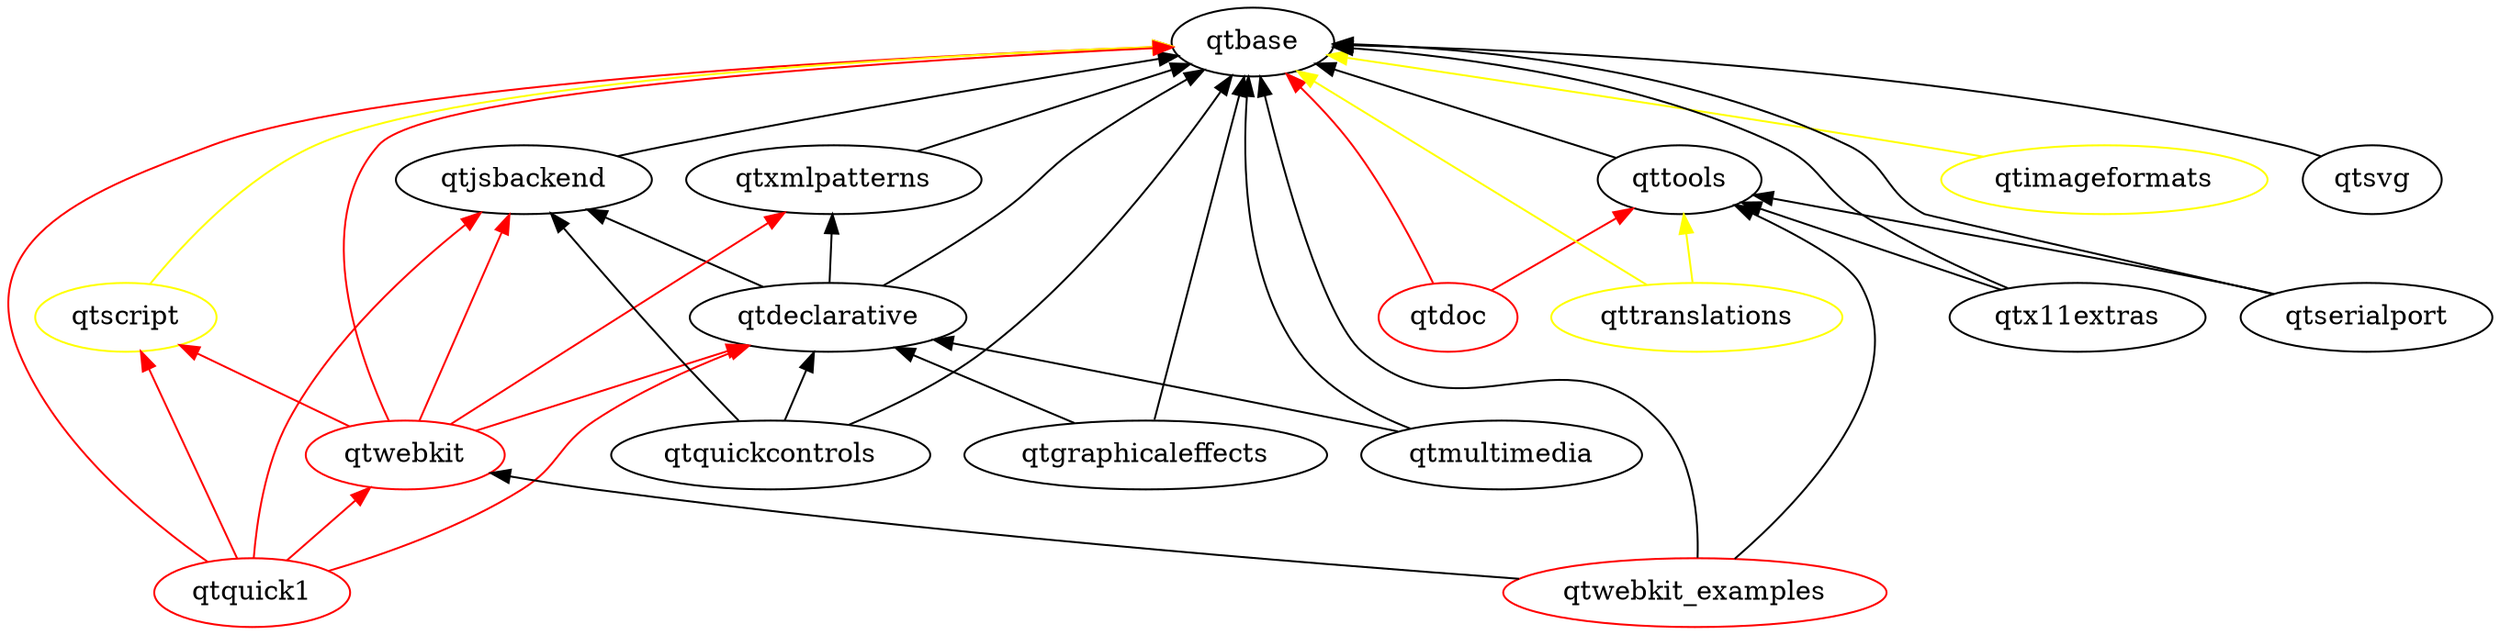
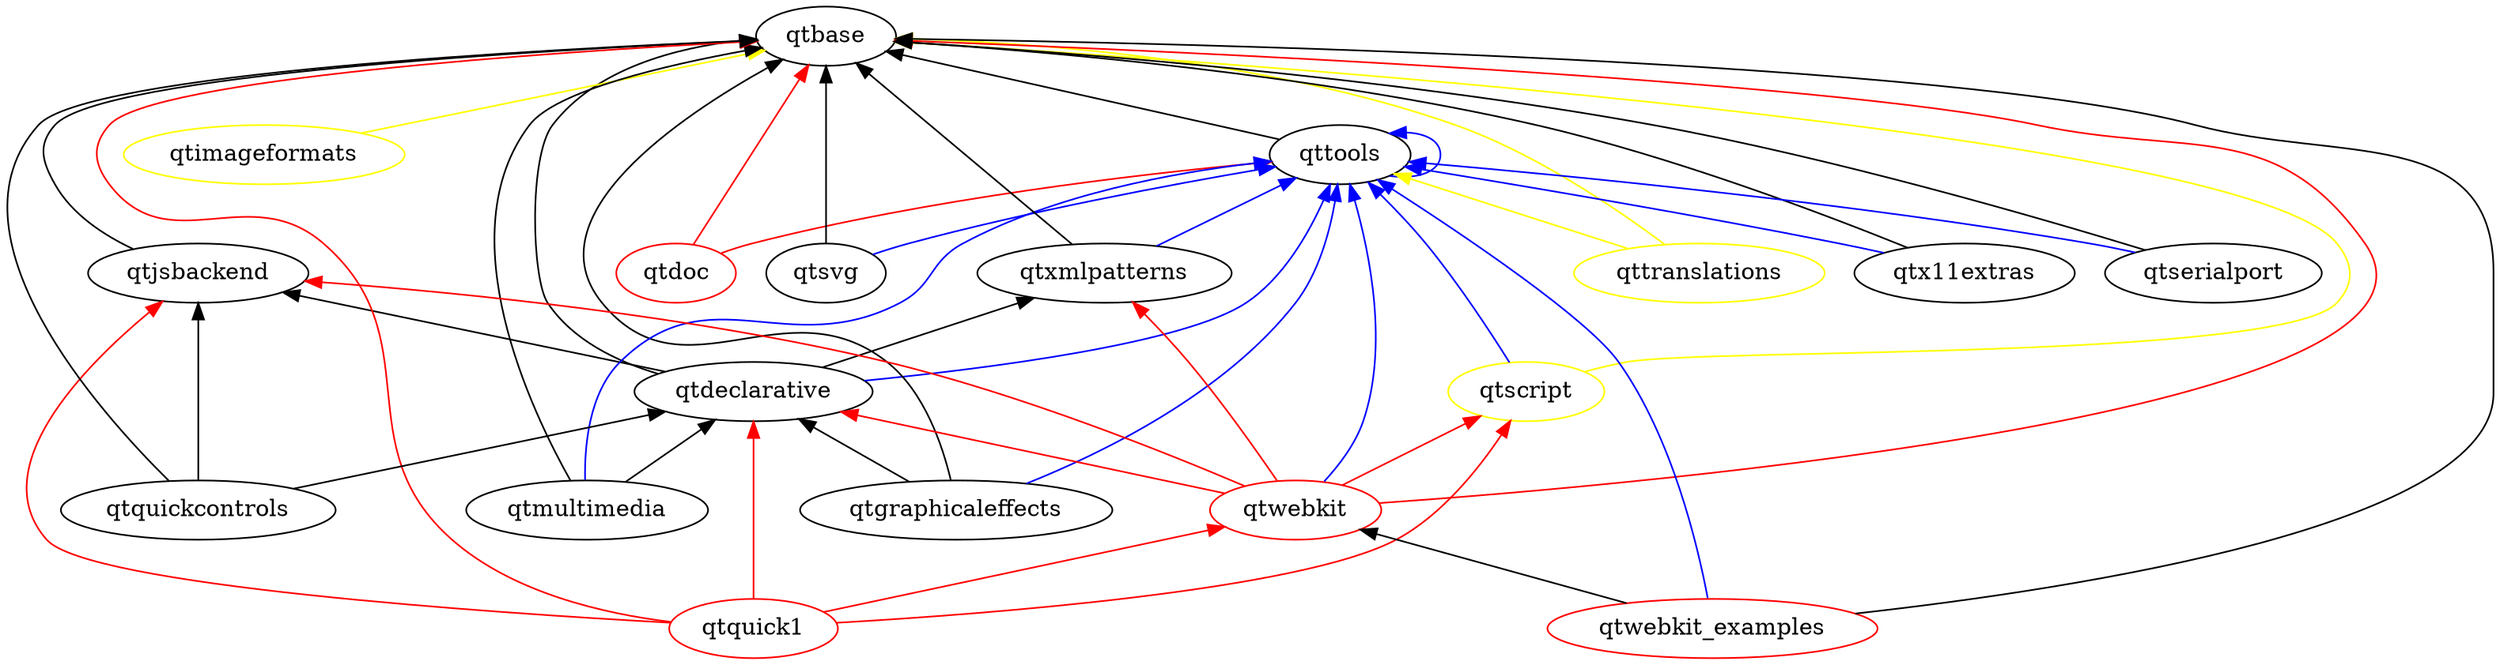
digraph qt5 {
  graph [
    rankdir = "BT"
  ]

  qtbase
  qtdeclarative
  qtdoc [ color = red ]
  qtgraphicaleffects
  qtimageformats [ color = yellow ]
  qtjsbackend
  qtmultimedia
  qtquick1 [ color = red ]
  qtscript [ color = yellow ]
  qtsvg
//   qtsystems [ color = red ]
  qttools
  qttranslations [ color = yellow ]
  qtwebkit [ color = red ]
  qtwebkit_examples [ color = red ]
  qtxmlpatterns
  qtquick1
  qtquickcontrols
  qtx11extras
  qtserialport

  qtdeclarative -> qtbase
  qtdeclarative -> qtjsbackend
  qtdeclarative -> qtxmlpatterns
+   qtdeclarative -> qttools [ color = blue ]
  qtgraphicaleffects -> qtbase
  qtgraphicaleffects -> qtdeclarative
+   qtgraphicaleffects -> qttools [ color = blue ]
  qtimageformats -> qtbase [ color = yellow ]
  qtjsbackend -> qtbase
  qtmultimedia -> qtbase
  qtmultimedia -> qtdeclarative
+   qtmultimedia -> qttools [ color = blue ]
  qtscript -> qtbase [ color = yellow ]
+   qtscript -> qttools [ color = blue ]
  qtsvg -> qtbase
+   qtsvg -> qttools [ color = blue ]
  qttools -> qtbase
+   qttools -> qttools [ color = blue ]
  qtxmlpatterns -> qtbase
+   qtxmlpatterns -> qttools [ color = blue ]
  qttranslations -> qtbase [ color = yellow ]
  qttranslations -> qttools [ color = yellow ]

  // unsure/not-uploaded
  qtdoc -> qtbase [ color = red ]
  qtdoc -> qttools [ color = red ]
  qtquick1 -> qtbase [ color = red ]
  qtquick1 -> qtdeclarative [ color = red ]
  qtquick1 -> qtjsbackend [ color = red ]
  qtquick1 -> qtscript [ color = red ]
  qtquick1 -> qtwebkit [ color = red ]
//   qtsystems -> qtbase [ color = red ]
//   qtsystems -> qtdeclarative [ color = red ]
  qtwebkit -> qtbase [ color = red ]
  qtwebkit -> qtdeclarative [ color = red ]
  qtwebkit -> qtjsbackend [ color = red ]
  qtwebkit -> qtscript [ color = red ]
  qtwebkit -> qtxmlpatterns [ color = red ]
+   qtwebkit -> qttools [ color = blue ]
  qtwebkit_examples -> qtbase
-   qtwebkit_examples -> qttools
+   qtwebkit_examples -> qttools [ color = blue ]
  qtwebkit_examples -> qtwebkit
  qtquickcontrols -> qtbase
  qtquickcontrols -> qtdeclarative
  qtquickcontrols -> qtjsbackend
  qtx11extras -> qtbase
-   qtx11extras -> qttools
+   qtx11extras -> qttools [ color = blue ]
  qtserialport -> qtbase
-   qtserialport -> qttools
+   qtserialport -> qttools [ color = blue ]
}
